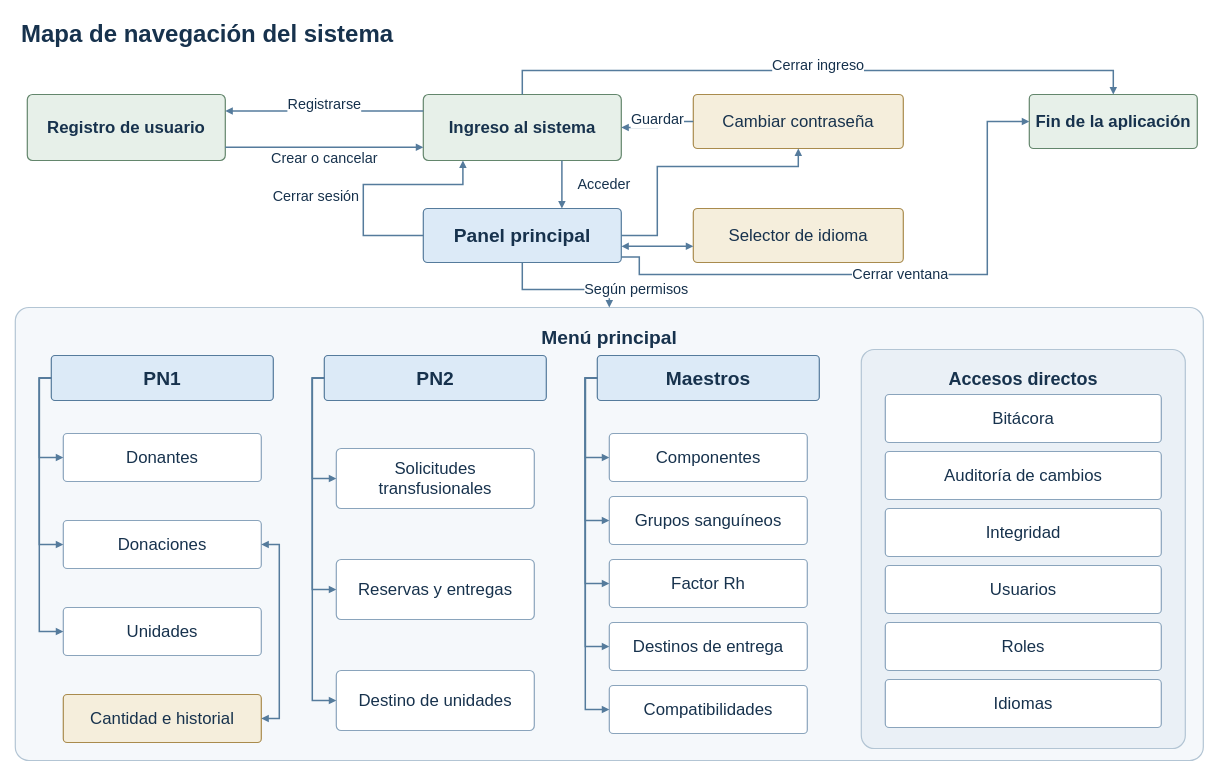
This is Diagramas/Arquitectura/Mapa de navegación.drawio from juanNH/Ingenieria-de-Software, a draw.io file, before an edit. Source tidied: cells renumbered, new cells numbered last; positions are measured from the earlier drawing's top-left corner, leaving out a move shared by most shapes. Both pictures are drawn from the tidied source at 60%, with x=0, y=0 at pixel (15, 10).
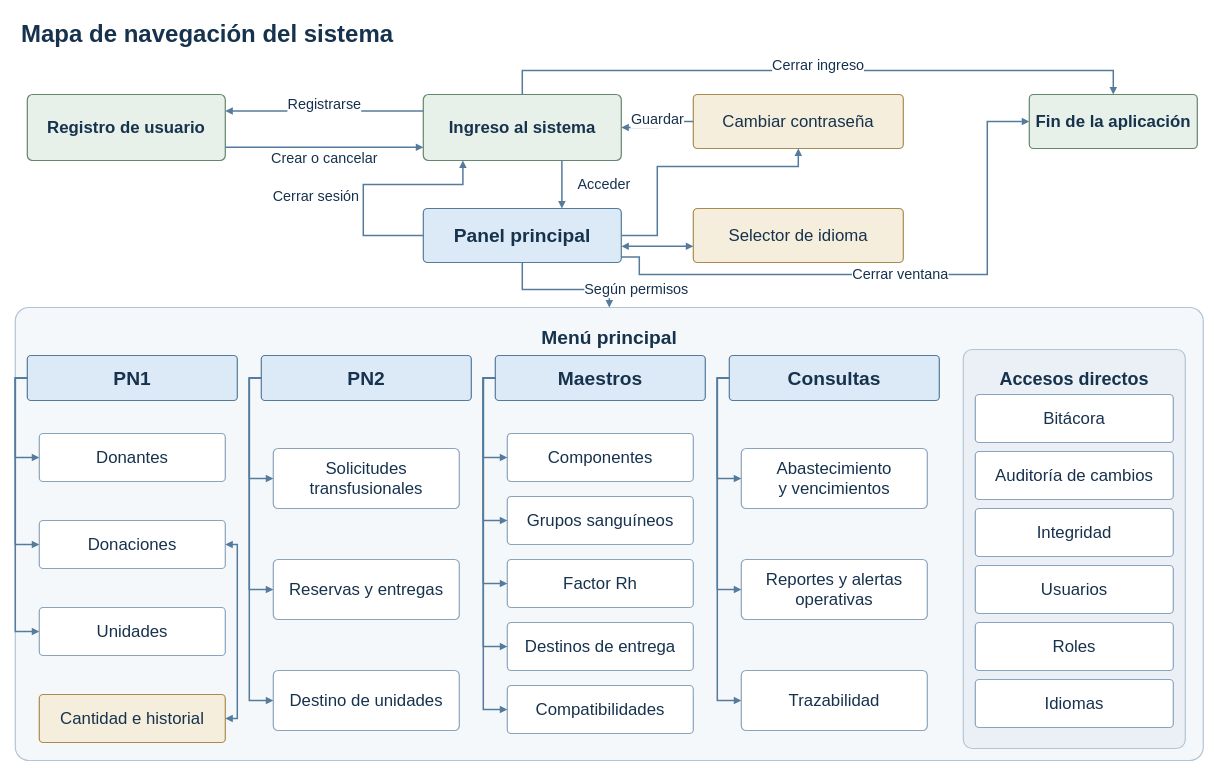
The same diagram, later.

What changed in the source:
```diff
@@
     <mxCell id="20" value="PN1" style="whiteSpace=wrap;html=1;fontFamily=Arial;fontSize=28;fontColor=#17324D;strokeWidth=2;align=center;verticalAlign=middle;spacing=10;rounded=1;arcSize=8;fillColor=#DCEAF7;strokeColor=#557B9C;fontStyle=1;fontSize=32;" parent="1" vertex="1">
-      <mxGeometry x="60" y="575" width="370" height="75" as="geometry" />
+      <mxGeometry x="20" y="575" width="350" height="75" as="geometry" />
     </mxCell>
     <mxCell id="21" value="Donantes" style="whiteSpace=wrap;html=1;fontFamily=Arial;fontSize=28;fontColor=#17324D;strokeWidth=2;align=center;verticalAlign=middle;spacing=10;rounded=1;arcSize=8;fillColor=#FFFFFF;strokeColor=#8AA4BC;" parent="1" vertex="1">
-      <mxGeometry x="80" y="705" width="330" height="80" as="geometry" />
+      <mxGeometry x="40" y="705" width="310" height="80" as="geometry" />
     </mxCell>
     <mxCell id="22" value="Donaciones" style="whiteSpace=wrap;html=1;fontFamily=Arial;fontSize=28;fontColor=#17324D;strokeWidth=2;align=center;verticalAlign=middle;spacing=10;rounded=1;arcSize=8;fillColor=#FFFFFF;strokeColor=#8AA4BC;" parent="1" vertex="1">
-      <mxGeometry x="80" y="850" width="330" height="80" as="geometry" />
+      <mxGeometry x="40" y="850" width="310" height="80" as="geometry" />
     </mxCell>
     <mxCell id="23" value="Unidades" style="whiteSpace=wrap;html=1;fontFamily=Arial;fontSize=28;fontColor=#17324D;strokeWidth=2;align=center;verticalAlign=middle;spacing=10;rounded=1;arcSize=8;fillColor=#FFFFFF;strokeColor=#8AA4BC;" parent="1" vertex="1">
-      <mxGeometry x="80" y="995" width="330" height="80" as="geometry" />
+      <mxGeometry x="40" y="995" width="310" height="80" as="geometry" />
     </mxCell>
     <mxCell id="24" value="Cantidad e historial" style="whiteSpace=wrap;html=1;fontFamily=Arial;fontSize=28;fontColor=#17324D;strokeWidth=2;align=center;verticalAlign=middle;spacing=10;rounded=1;arcSize=8;fillColor=#F5EEDC;strokeColor=#A98B4D;" parent="1" vertex="1">
-      <mxGeometry x="80" y="1140" width="330" height="80" as="geometry" />
+      <mxGeometry x="40" y="1140" width="310" height="80" as="geometry" />
     </mxCell>
     <mxCell id="25" style="edgeStyle=orthogonalEdgeStyle;rounded=0;html=1;endArrow=block;endFill=1;strokeColor=#557B9C;strokeWidth=2.5;fontFamily=Arial;fontSize=24;fontColor=#17324D;labelBackgroundColor=#FFFFFF;exitX=0;exitY=0.5;entryX=0;entryY=0.5;" parent="1" edge="1" source="20" target="21">
       <mxGeometry relative="1" as="geometry">
         <Array as="points">
-          <mxPoint x="40" y="612.5" />
-          <mxPoint x="40" y="745" />
+          <mxPoint y="612.5" />
+          <mxPoint y="745" />
         </Array>
       </mxGeometry>
     </mxCell>
     <mxCell id="26" style="edgeStyle=orthogonalEdgeStyle;rounded=0;html=1;endArrow=block;endFill=1;strokeColor=#557B9C;strokeWidth=2.5;fontFamily=Arial;fontSize=24;fontColor=#17324D;labelBackgroundColor=#FFFFFF;exitX=0;exitY=0.5;entryX=0;entryY=0.5;" parent="1" edge="1" source="20" target="22">
       <mxGeometry relative="1" as="geometry">
         <Array as="points">
-          <mxPoint x="40" y="612.5" />
-          <mxPoint x="40" y="890" />
+          <mxPoint y="612.5" />
+          <mxPoint y="890" />
         </Array>
       </mxGeometry>
     </mxCell>
     <mxCell id="27" style="edgeStyle=orthogonalEdgeStyle;rounded=0;html=1;endArrow=block;endFill=1;strokeColor=#557B9C;strokeWidth=2.5;fontFamily=Arial;fontSize=24;fontColor=#17324D;labelBackgroundColor=#FFFFFF;exitX=0;exitY=0.5;entryX=0;entryY=0.5;" parent="1" edge="1" source="20" target="23">
       <mxGeometry relative="1" as="geometry">
         <Array as="points">
-          <mxPoint x="40" y="612.5" />
-          <mxPoint x="40" y="1035" />
+          <mxPoint y="612.5" />
+          <mxPoint y="1035" />
         </Array>
       </mxGeometry>
     </mxCell>
     <mxCell id="28" style="edgeStyle=orthogonalEdgeStyle;rounded=0;html=1;endArrow=block;endFill=1;strokeColor=#557B9C;strokeWidth=2.5;fontFamily=Arial;fontSize=24;fontColor=#17324D;labelBackgroundColor=#FFFFFF;exitX=1;exitY=0.5;entryX=1;entryY=0.5;startArrow=block;startFill=1;" parent="1" edge="1" source="22" target="24">
       <mxGeometry relative="1" as="geometry">
         <Array as="points">
-          <mxPoint x="440" y="890" />
-          <mxPoint x="440" y="1180" />
+          <mxPoint x="370" y="890" />
+          <mxPoint x="370" y="1180" />
         </Array>
       </mxGeometry>
     </mxCell>
     <mxCell id="29" value="PN2" style="whiteSpace=wrap;html=1;fontFamily=Arial;fontSize=28;fontColor=#17324D;strokeWidth=2;align=center;verticalAlign=middle;spacing=10;rounded=1;arcSize=8;fillColor=#DCEAF7;strokeColor=#557B9C;fontStyle=1;fontSize=32;" parent="1" vertex="1">
-      <mxGeometry x="515" y="575" width="370" height="75" as="geometry" />
+      <mxGeometry x="410" y="575" width="350" height="75" as="geometry" />
     </mxCell>
     <mxCell id="30" value="Solicitudes&#10;transfusionales" style="whiteSpace=wrap;html=1;fontFamily=Arial;fontSize=28;fontColor=#17324D;strokeWidth=2;align=center;verticalAlign=middle;spacing=10;rounded=1;arcSize=8;fillColor=#FFFFFF;strokeColor=#8AA4BC;" parent="1" vertex="1">
-      <mxGeometry x="535" y="730" width="330" height="100" as="geometry" />
+      <mxGeometry x="430" y="730" width="310" height="100" as="geometry" />
     </mxCell>
     <mxCell id="31" value="Reservas y entregas" style="whiteSpace=wrap;html=1;fontFamily=Arial;fontSize=28;fontColor=#17324D;strokeWidth=2;align=center;verticalAlign=middle;spacing=10;rounded=1;arcSize=8;fillColor=#FFFFFF;strokeColor=#8AA4BC;" parent="1" vertex="1">
-      <mxGeometry x="535" y="915" width="330" height="100" as="geometry" />
+      <mxGeometry x="430" y="915" width="310" height="100" as="geometry" />
     </mxCell>
     <mxCell id="32" value="Destino de unidades" style="whiteSpace=wrap;html=1;fontFamily=Arial;fontSize=28;fontColor=#17324D;strokeWidth=2;align=center;verticalAlign=middle;spacing=10;rounded=1;arcSize=8;fillColor=#FFFFFF;strokeColor=#8AA4BC;" parent="1" vertex="1">
-      <mxGeometry x="535" y="1100" width="330" height="100" as="geometry" />
+      <mxGeometry x="430" y="1100" width="310" height="100" as="geometry" />
     </mxCell>
     <mxCell id="33" style="edgeStyle=orthogonalEdgeStyle;rounded=0;html=1;endArrow=block;endFill=1;strokeColor=#557B9C;strokeWidth=2.5;fontFamily=Arial;fontSize=24;fontColor=#17324D;labelBackgroundColor=#FFFFFF;exitX=0;exitY=0.5;entryX=0;entryY=0.5;" parent="1" edge="1" source="29" target="30">
       <mxGeometry relative="1" as="geometry">
         <Array as="points">
-          <mxPoint x="495" y="612.5" />
-          <mxPoint x="495" y="780" />
+          <mxPoint x="390" y="612.5" />
+          <mxPoint x="390" y="780" />
         </Array>
       </mxGeometry>
     </mxCell>
     <mxCell id="34" style="edgeStyle=orthogonalEdgeStyle;rounded=0;html=1;endArrow=block;endFill=1;strokeColor=#557B9C;strokeWidth=2.5;fontFamily=Arial;fontSize=24;fontColor=#17324D;labelBackgroundColor=#FFFFFF;exitX=0;exitY=0.5;entryX=0;entryY=0.5;" parent="1" edge="1" source="29" target="31">
       <mxGeometry relative="1" as="geometry">
         <Array as="points">
-          <mxPoint x="495" y="612.5" />
-          <mxPoint x="495" y="965" />
+          <mxPoint x="390" y="612.5" />
+          <mxPoint x="390" y="965" />
         </Array>
       </mxGeometry>
     </mxCell>
     <mxCell id="35" style="edgeStyle=orthogonalEdgeStyle;rounded=0;html=1;endArrow=block;endFill=1;strokeColor=#557B9C;strokeWidth=2.5;fontFamily=Arial;fontSize=24;fontColor=#17324D;labelBackgroundColor=#FFFFFF;exitX=0;exitY=0.5;entryX=0;entryY=0.5;" parent="1" edge="1" source="29" target="32">
       <mxGeometry relative="1" as="geometry">
         <Array as="points">
-          <mxPoint x="495" y="612.5" />
-          <mxPoint x="495" y="1150" />
+          <mxPoint x="390" y="612.5" />
+          <mxPoint x="390" y="1150" />
         </Array>
       </mxGeometry>
     </mxCell>
     <mxCell id="36" value="Maestros" style="whiteSpace=wrap;html=1;fontFamily=Arial;fontSize=28;fontColor=#17324D;strokeWidth=2;align=center;verticalAlign=middle;spacing=10;rounded=1;arcSize=8;fillColor=#DCEAF7;strokeColor=#557B9C;fontStyle=1;fontSize=32;" parent="1" vertex="1">
-      <mxGeometry x="970" y="575" width="370" height="75" as="geometry" />
+      <mxGeometry x="800" y="575" width="350" height="75" as="geometry" />
     </mxCell>
     <mxCell id="37" value="Componentes" style="whiteSpace=wrap;html=1;fontFamily=Arial;fontSize=28;fontColor=#17324D;strokeWidth=2;align=center;verticalAlign=middle;spacing=10;rounded=1;arcSize=8;fillColor=#FFFFFF;strokeColor=#8AA4BC;" parent="1" vertex="1">
-      <mxGeometry x="990" y="705" width="330" height="80" as="geometry" />
+      <mxGeometry x="820" y="705" width="310" height="80" as="geometry" />
     </mxCell>
     <mxCell id="38" style="edgeStyle=orthogonalEdgeStyle;rounded=0;html=1;endArrow=block;endFill=1;strokeColor=#557B9C;strokeWidth=2.5;fontFamily=Arial;fontSize=24;fontColor=#17324D;labelBackgroundColor=#FFFFFF;exitX=0;exitY=0.5;entryX=0;entryY=0.5;" parent="1" edge="1" source="36" target="37">
       <mxGeometry relative="1" as="geometry">
         <Array as="points">
-          <mxPoint x="950" y="612.5" />
-          <mxPoint x="950" y="745" />
+          <mxPoint x="780" y="612.5" />
+          <mxPoint x="780" y="745" />
         </Array>
       </mxGeometry>
     </mxCell>
     <mxCell id="39" value="Grupos sanguíneos" style="whiteSpace=wrap;html=1;fontFamily=Arial;fontSize=28;fontColor=#17324D;strokeWidth=2;align=center;verticalAlign=middle;spacing=10;rounded=1;arcSize=8;fillColor=#FFFFFF;strokeColor=#8AA4BC;" parent="1" vertex="1">
-      <mxGeometry x="990" y="810" width="330" height="80" as="geometry" />
+      <mxGeometry x="820" y="810" width="310" height="80" as="geometry" />
     </mxCell>
     <mxCell id="40" style="edgeStyle=orthogonalEdgeStyle;rounded=0;html=1;endArrow=block;endFill=1;strokeColor=#557B9C;strokeWidth=2.5;fontFamily=Arial;fontSize=24;fontColor=#17324D;labelBackgroundColor=#FFFFFF;exitX=0;exitY=0.5;entryX=0;entryY=0.5;" parent="1" edge="1" source="36" target="39">
       <mxGeometry relative="1" as="geometry">
         <Array as="points">
-          <mxPoint x="950" y="612.5" />
-          <mxPoint x="950" y="850" />
+          <mxPoint x="780" y="612.5" />
+          <mxPoint x="780" y="850" />
         </Array>
       </mxGeometry>
     </mxCell>
     <mxCell id="41" value="Factor Rh" style="whiteSpace=wrap;html=1;fontFamily=Arial;fontSize=28;fontColor=#17324D;strokeWidth=2;align=center;verticalAlign=middle;spacing=10;rounded=1;arcSize=8;fillColor=#FFFFFF;strokeColor=#8AA4BC;" parent="1" vertex="1">
-      <mxGeometry x="990" y="915" width="330" height="80" as="geometry" />
+      <mxGeometry x="820" y="915" width="310" height="80" as="geometry" />
     </mxCell>
     <mxCell id="42" style="edgeStyle=orthogonalEdgeStyle;rounded=0;html=1;endArrow=block;endFill=1;strokeColor=#557B9C;strokeWidth=2.5;fontFamily=Arial;fontSize=24;fontColor=#17324D;labelBackgroundColor=#FFFFFF;exitX=0;exitY=0.5;entryX=0;entryY=0.5;" parent="1" edge="1" source="36" target="41">
       <mxGeometry relative="1" as="geometry">
         <Array as="points">
-          <mxPoint x="950" y="612.5" />
-          <mxPoint x="950" y="955" />
+          <mxPoint x="780" y="612.5" />
+          <mxPoint x="780" y="955" />
         </Array>
       </mxGeometry>
     </mxCell>
     <mxCell id="43" value="Destinos de entrega" style="whiteSpace=wrap;html=1;fontFamily=Arial;fontSize=28;fontColor=#17324D;strokeWidth=2;align=center;verticalAlign=middle;spacing=10;rounded=1;arcSize=8;fillColor=#FFFFFF;strokeColor=#8AA4BC;" parent="1" vertex="1">
-      <mxGeometry x="990" y="1020" width="330" height="80" as="geometry" />
+      <mxGeometry x="820" y="1020" width="310" height="80" as="geometry" />
     </mxCell>
     <mxCell id="44" style="edgeStyle=orthogonalEdgeStyle;rounded=0;html=1;endArrow=block;endFill=1;strokeColor=#557B9C;strokeWidth=2.5;fontFamily=Arial;fontSize=24;fontColor=#17324D;labelBackgroundColor=#FFFFFF;exitX=0;exitY=0.5;entryX=0;entryY=0.5;" parent="1" edge="1" source="36" target="43">
       <mxGeometry relative="1" as="geometry">
         <Array as="points">
-          <mxPoint x="950" y="612.5" />
-          <mxPoint x="950" y="1060" />
+          <mxPoint x="780" y="612.5" />
+          <mxPoint x="780" y="1060" />
         </Array>
       </mxGeometry>
     </mxCell>
     <mxCell id="45" value="Compatibilidades" style="whiteSpace=wrap;html=1;fontFamily=Arial;fontSize=28;fontColor=#17324D;strokeWidth=2;align=center;verticalAlign=middle;spacing=10;rounded=1;arcSize=8;fillColor=#FFFFFF;strokeColor=#8AA4BC;" parent="1" vertex="1">
-      <mxGeometry x="990" y="1125" width="330" height="80" as="geometry" />
+      <mxGeometry x="820" y="1125" width="310" height="80" as="geometry" />
     </mxCell>
     <mxCell id="46" style="edgeStyle=orthogonalEdgeStyle;rounded=0;html=1;endArrow=block;endFill=1;strokeColor=#557B9C;strokeWidth=2.5;fontFamily=Arial;fontSize=24;fontColor=#17324D;labelBackgroundColor=#FFFFFF;exitX=0;exitY=0.5;entryX=0;entryY=0.5;" parent="1" edge="1" source="36" target="45">
       <mxGeometry relative="1" as="geometry">
         <Array as="points">
-          <mxPoint x="950" y="612.5" />
-          <mxPoint x="950" y="1165" />
+          <mxPoint x="780" y="612.5" />
+          <mxPoint x="780" y="1165" />
         </Array>
       </mxGeometry>
     </mxCell>
     <mxCell id="47" value="Accesos directos" style="whiteSpace=wrap;html=1;fontFamily=Arial;fontSize=28;fontColor=#17324D;strokeWidth=2;align=center;verticalAlign=middle;spacing=10;rounded=1;arcSize=4;fillColor=#EAF0F6;strokeColor=#B3C5D4;verticalAlign=top;spacingTop=16;fontStyle=1;fontSize=30;" parent="1" vertex="1">
-      <mxGeometry x="1410" y="565" width="540" height="665" as="geometry" />
+      <mxGeometry x="1580" y="565" width="370" height="665" as="geometry" />
     </mxCell>
     <mxCell id="48" value="Bitácora" style="whiteSpace=wrap;html=1;fontFamily=Arial;fontSize=28;fontColor=#17324D;strokeWidth=2;align=center;verticalAlign=middle;spacing=10;rounded=1;arcSize=8;fillColor=#FFFFFF;strokeColor=#8AA4BC;" parent="1" vertex="1">
-      <mxGeometry x="1450" y="640" width="460" height="80" as="geometry" />
+      <mxGeometry x="1600" y="640" width="330" height="80" as="geometry" />
     </mxCell>
     <mxCell id="49" value="Auditoría de cambios" style="whiteSpace=wrap;html=1;fontFamily=Arial;fontSize=28;fontColor=#17324D;strokeWidth=2;align=center;verticalAlign=middle;spacing=10;rounded=1;arcSize=8;fillColor=#FFFFFF;strokeColor=#8AA4BC;" parent="1" vertex="1">
-      <mxGeometry x="1450" y="735" width="460" height="80" as="geometry" />
+      <mxGeometry x="1600" y="735" width="330" height="80" as="geometry" />
     </mxCell>
     <mxCell id="50" value="Integridad" style="whiteSpace=wrap;html=1;fontFamily=Arial;fontSize=28;fontColor=#17324D;strokeWidth=2;align=center;verticalAlign=middle;spacing=10;rounded=1;arcSize=8;fillColor=#FFFFFF;strokeColor=#8AA4BC;" parent="1" vertex="1">
-      <mxGeometry x="1450" y="830" width="460" height="80" as="geometry" />
+      <mxGeometry x="1600" y="830" width="330" height="80" as="geometry" />
     </mxCell>
     <mxCell id="51" value="Usuarios" style="whiteSpace=wrap;html=1;fontFamily=Arial;fontSize=28;fontColor=#17324D;strokeWidth=2;align=center;verticalAlign=middle;spacing=10;rounded=1;arcSize=8;fillColor=#FFFFFF;strokeColor=#8AA4BC;" parent="1" vertex="1">
-      <mxGeometry x="1450" y="925" width="460" height="80" as="geometry" />
+      <mxGeometry x="1600" y="925" width="330" height="80" as="geometry" />
     </mxCell>
     <mxCell id="52" value="Roles" style="whiteSpace=wrap;html=1;fontFamily=Arial;fontSize=28;fontColor=#17324D;strokeWidth=2;align=center;verticalAlign=middle;spacing=10;rounded=1;arcSize=8;fillColor=#FFFFFF;strokeColor=#8AA4BC;" parent="1" vertex="1">
-      <mxGeometry x="1450" y="1020" width="460" height="80" as="geometry" />
+      <mxGeometry x="1600" y="1020" width="330" height="80" as="geometry" />
     </mxCell>
     <mxCell id="53" value="Idiomas" style="whiteSpace=wrap;html=1;fontFamily=Arial;fontSize=28;fontColor=#17324D;strokeWidth=2;align=center;verticalAlign=middle;spacing=10;rounded=1;arcSize=8;fillColor=#FFFFFF;strokeColor=#8AA4BC;" parent="1" vertex="1">
-      <mxGeometry x="1450" y="1115" width="460" height="80" as="geometry" />
+      <mxGeometry x="1600" y="1115" width="330" height="80" as="geometry" />
     </mxCell>
+    <mxCell id="54" value="Consultas" style="whiteSpace=wrap;html=1;fontFamily=Arial;fontSize=28;fontColor=#17324D;strokeWidth=2;align=center;verticalAlign=middle;spacing=10;rounded=1;arcSize=8;fillColor=#DCEAF7;strokeColor=#557B9C;fontStyle=1;fontSize=32;" parent="1" vertex="1">
+      <mxGeometry x="1190" y="575" width="350" height="75" as="geometry" />
+    </mxCell>
+    <mxCell id="55" value="Abastecimiento&#10;y vencimientos" style="whiteSpace=wrap;html=1;fontFamily=Arial;fontSize=28;fontColor=#17324D;strokeWidth=2;align=center;verticalAlign=middle;spacing=10;rounded=1;arcSize=8;fillColor=#FFFFFF;strokeColor=#8AA4BC;" parent="1" vertex="1">
+      <mxGeometry x="1210" y="730" width="310" height="100" as="geometry" />
+    </mxCell>
+    <mxCell id="56" value="Reportes y alertas&#10;operativas" style="whiteSpace=wrap;html=1;fontFamily=Arial;fontSize=28;fontColor=#17324D;strokeWidth=2;align=center;verticalAlign=middle;spacing=10;rounded=1;arcSize=8;fillColor=#FFFFFF;strokeColor=#8AA4BC;" parent="1" vertex="1">
+      <mxGeometry x="1210" y="915" width="310" height="100" as="geometry" />
+    </mxCell>
+    <mxCell id="57" value="Trazabilidad" style="whiteSpace=wrap;html=1;fontFamily=Arial;fontSize=28;fontColor=#17324D;strokeWidth=2;align=center;verticalAlign=middle;spacing=10;rounded=1;arcSize=8;fillColor=#FFFFFF;strokeColor=#8AA4BC;" parent="1" vertex="1">
+      <mxGeometry x="1210" y="1100" width="310" height="100" as="geometry" />
+    </mxCell>
+    <mxCell id="58" style="edgeStyle=orthogonalEdgeStyle;rounded=0;html=1;endArrow=block;endFill=1;strokeColor=#557B9C;strokeWidth=2.5;fontFamily=Arial;fontSize=24;fontColor=#17324D;labelBackgroundColor=#FFFFFF;exitX=0;exitY=0.5;entryX=0;entryY=0.5;" parent="1" edge="1" source="54" target="55">
+      <mxGeometry relative="1" as="geometry">
+        <Array as="points">
+          <mxPoint x="1170" y="612.5" />
+          <mxPoint x="1170" y="780" />
+        </Array>
+      </mxGeometry>
+    </mxCell>
+    <mxCell id="59" style="edgeStyle=orthogonalEdgeStyle;rounded=0;html=1;endArrow=block;endFill=1;strokeColor=#557B9C;strokeWidth=2.5;fontFamily=Arial;fontSize=24;fontColor=#17324D;labelBackgroundColor=#FFFFFF;exitX=0;exitY=0.5;entryX=0;entryY=0.5;" parent="1" edge="1" source="54" target="56">
+      <mxGeometry relative="1" as="geometry">
+        <Array as="points">
+          <mxPoint x="1170" y="612.5" />
+          <mxPoint x="1170" y="965" />
+        </Array>
+      </mxGeometry>
+    </mxCell>
+    <mxCell id="60" style="edgeStyle=orthogonalEdgeStyle;rounded=0;html=1;endArrow=block;endFill=1;strokeColor=#557B9C;strokeWidth=2.5;fontFamily=Arial;fontSize=24;fontColor=#17324D;labelBackgroundColor=#FFFFFF;exitX=0;exitY=0.5;entryX=0;entryY=0.5;" parent="1" edge="1" source="54" target="57">
+      <mxGeometry relative="1" as="geometry">
+        <Array as="points">
+          <mxPoint x="1170" y="612.5" />
+          <mxPoint x="1170" y="1150" />
+        </Array>
+      </mxGeometry>
+    </mxCell>
```
